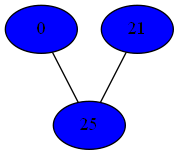
Earlier version of the Graphviz export Compiler/31phiGraph.png (mbajaj92/Project-Astoria). Its source is kept beside it as Compiler/31phiGraph.dot.
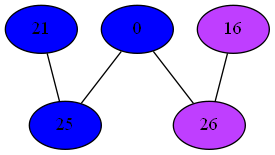
The same file after the commit.

Change to the diagram source:
```diff
@@ -1,9 +1,15 @@
 strict graph {
 0[label="0" style=filled fillcolor="blue1"];
 0 -- 25
+0 -- 26
+16[label="16" style=filled fillcolor="darkorchid1"];
+16 -- 26
 21[label="21" style=filled fillcolor="blue1"];
 21 -- 25
 25[label="25" style=filled fillcolor="blue1"];
 25 -- 0
 25 -- 21
+26[label="26" style=filled fillcolor="darkorchid1"];
+26 -- 0
+26 -- 16
 }
```
